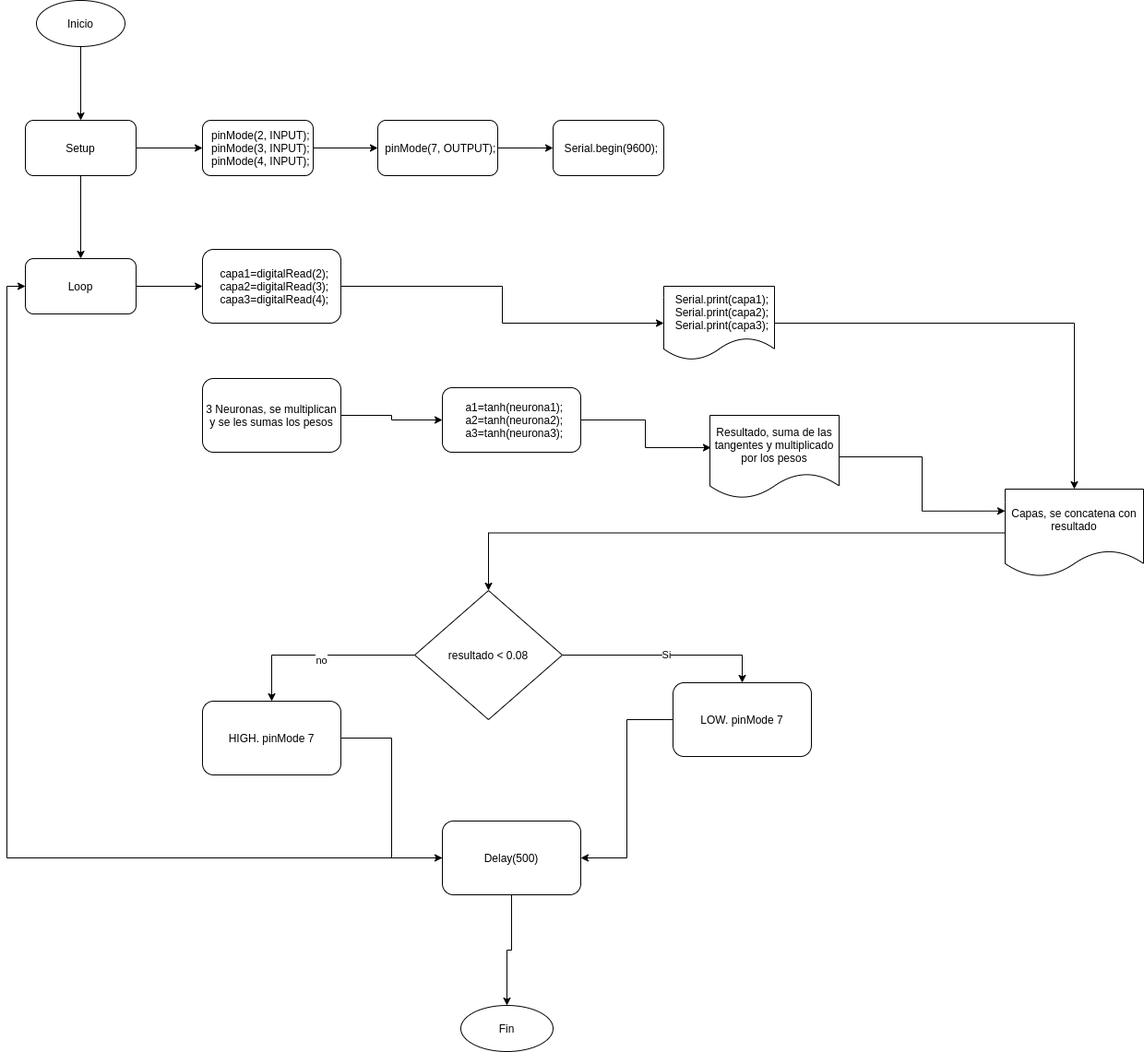
Before: Compuerta NAND de 3 entradas.png, a diagram exported from draw.io (sergio2526/IOT). Source tidied: cells renumbered, new cells last; positions are measured from the earlier drawing's top-left corner, leaving out a move shared by most shapes.
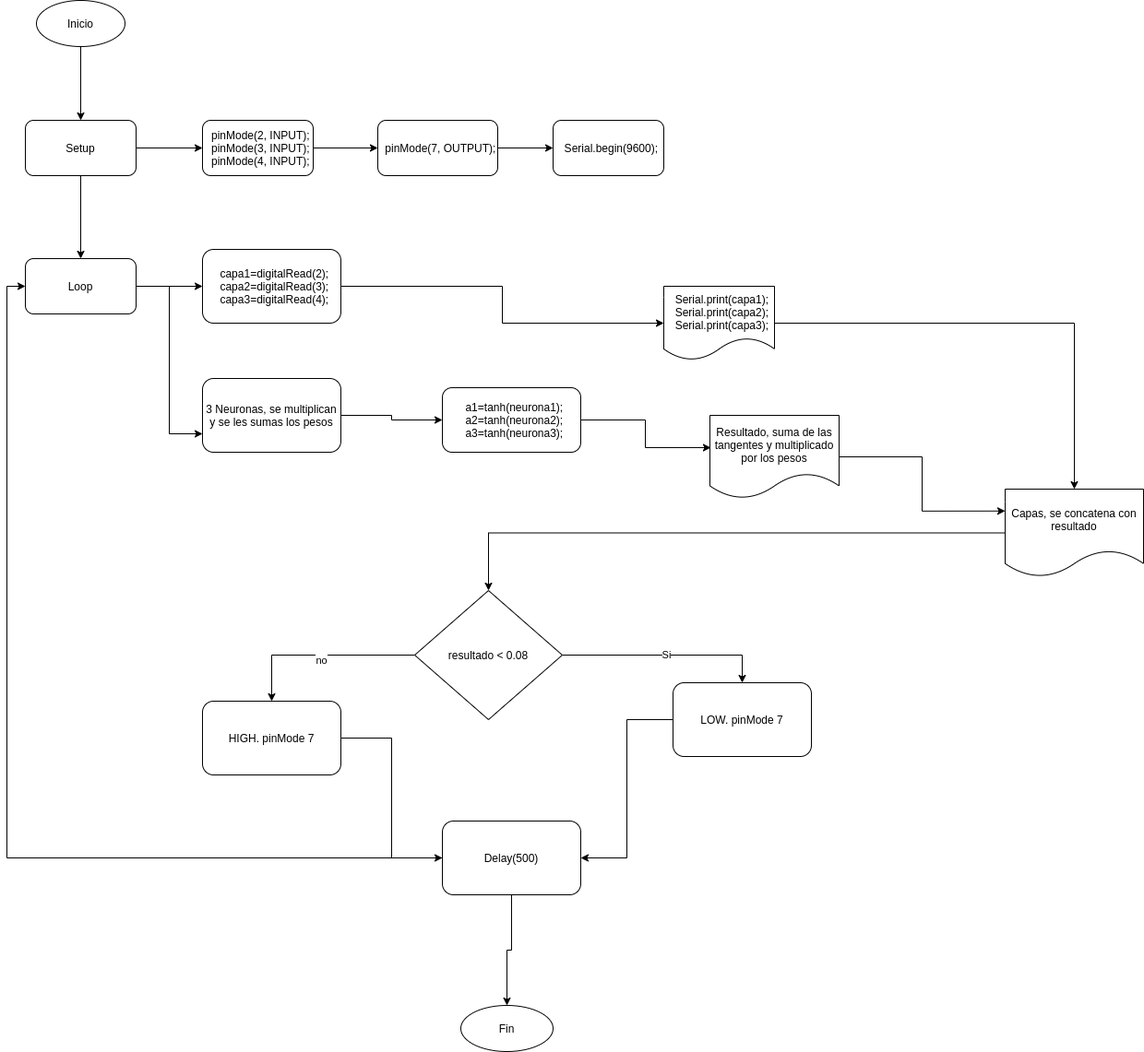
The same file after the commit.

Diff of the diagram source:
```diff
@@ -35,6 +35,9 @@
     <mxCell id="12" style="edgeStyle=orthogonalEdgeStyle;rounded=0;jettySize=auto;html=1;entryX=0;entryY=0.5;entryDx=0;entryDy=0;" parent="1" edge="1" source="13" target="15">
       <mxGeometry relative="1" as="geometry" />
     </mxCell>
+    <mxCell id="38" style="edgeStyle=orthogonalEdgeStyle;rounded=0;jettySize=auto;html=1;entryX=0;entryY=0.75;entryDx=0;entryDy=0;" parent="1" edge="1" source="13" target="19">
+      <mxGeometry relative="1" as="geometry" />
+    </mxCell>
     <mxCell id="13" value="Loop" style="rounded=1;whiteSpace=wrap;html=1;" parent="1" vertex="1">
       <mxGeometry y="280" width="120" height="60" as="geometry" />
     </mxCell>
```
